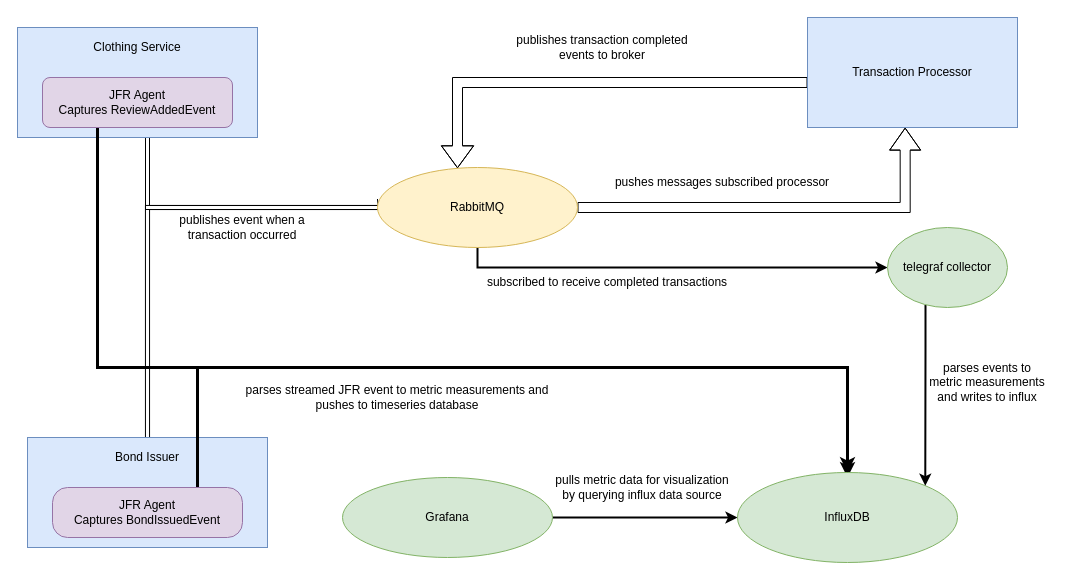
Above: jfr-influx-rabbitmq-monitoring/resources/architecture.drawio in aliOzanDemirel/playground-examples (draw.io), before the change. Source tidied: cells renumbered, new cells numbered last; positions are measured from the earlier drawing's top-left corner, leaving out a move shared by most shapes. Both pictures are drawn from the tidied source at 100%, with x=0, y=0 at pixel (17, 17).
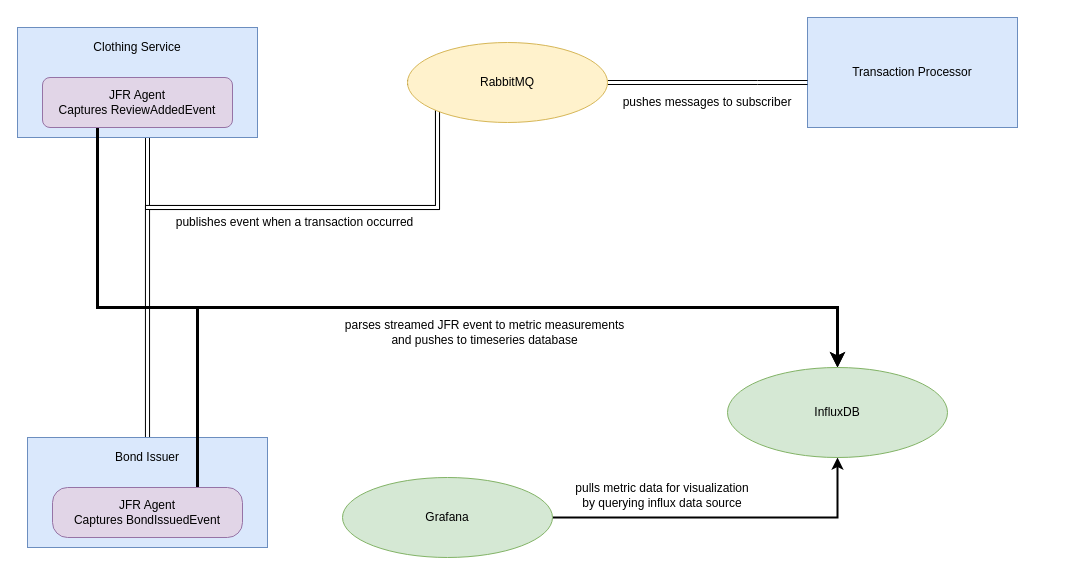
The same diagram, later.

Unchanged cells that the change refers to:
```xml
<mxCell id="3" value="&lt;div&gt;&lt;br&gt;&lt;/div&gt;" style="rounded=0;whiteSpace=wrap;html=1;fillColor=#dae8fc;strokeColor=#6c8ebf;align=center;" parent="1" vertex="1">
  <mxGeometry y="10" width="240" height="110" as="geometry" />
</mxCell>
<mxCell id="5" value="&lt;p style=&quot;line-height: 120%&quot;&gt;&lt;br&gt;&lt;/p&gt;" style="rounded=0;whiteSpace=wrap;html=1;fillColor=#dae8fc;strokeColor=#6c8ebf;" parent="1" vertex="1">
  <mxGeometry x="10" y="420" width="240" height="110" as="geometry" />
</mxCell>
<mxCell id="7" value="Transaction Processor" style="rounded=0;whiteSpace=wrap;html=1;fillColor=#dae8fc;strokeColor=#6c8ebf;" parent="1" vertex="1">
  <mxGeometry x="790" width="210" height="110" as="geometry" />
</mxCell>
<mxCell id="9" value="JFR Agent&lt;br&gt;Captures ReviewAddedEvent" style="rounded=1;whiteSpace=wrap;html=1;fillColor=#e1d5e7;strokeColor=#9673a6;" parent="1" vertex="1">
  <mxGeometry x="25" y="60" width="190" height="50" as="geometry" />
</mxCell>
<mxCell id="11" value="JFR Agent&lt;br&gt;Captures BondIssuedEvent" style="rounded=1;whiteSpace=wrap;html=1;fillColor=#e1d5e7;strokeColor=#9673a6;arcSize=30;" parent="1" vertex="1">
  <mxGeometry x="35" y="470" width="190" height="50" as="geometry" />
</mxCell>
<mxCell id="16" value="Grafana" style="ellipse;whiteSpace=wrap;html=1;fillColor=#d5e8d4;strokeColor=#82b366;" parent="1" vertex="1">
  <mxGeometry x="325" y="460" width="210" height="80" as="geometry" />
</mxCell>
```

The edit, as a diff of the source:
```diff
@@
-    <mxCell id="2" style="edgeStyle=orthogonalEdgeStyle;shape=link;rounded=0;jettySize=auto;html=1;strokeWidth=1;" parent="1" edge="1" source="3" target="23">
+    <mxCell id="2" style="edgeStyle=orthogonalEdgeStyle;shape=link;rounded=0;jettySize=auto;html=1;strokeWidth=1;width=4;entryX=0;entryY=0.5;entryDx=0;entryDy=0;" parent="1" edge="1" source="3" target="23">
       <mxGeometry relative="1" as="geometry">
         <Array as="points">
           <mxPoint x="130" y="190" />
+          <mxPoint x="420" y="190" />
         </Array>
       </mxGeometry>
     </mxCell>
@@
-    <mxCell id="4" style="edgeStyle=orthogonalEdgeStyle;rounded=0;jettySize=auto;html=1;strokeWidth=1;shape=link;width=4.117647058823529;entryX=0.01;entryY=0.391;entryDx=0;entryDy=0;entryPerimeter=0;" parent="1" edge="1" source="5" target="23">
+    <mxCell id="4" style="edgeStyle=orthogonalEdgeStyle;rounded=0;jettySize=auto;html=1;strokeWidth=1;shape=link;width=4.117647058823529;entryX=0;entryY=0.5;entryDx=0;entryDy=0;" parent="1" edge="1" source="5" target="23">
       <mxGeometry relative="1" as="geometry">
         <Array as="points">
           <mxPoint x="130" y="190" />
-          <mxPoint x="363" y="190" />
+          <mxPoint x="420" y="190" />
         </Array>
       </mxGeometry>
     </mxCell>
@@
-    <mxCell id="6" style="edgeStyle=orthogonalEdgeStyle;shape=flexArrow;rounded=0;jettySize=auto;html=1;strokeWidth=1;endWidth=21.176470588235293;endSize=7;" parent="1" edge="1" source="7" target="23">
-      <mxGeometry relative="1" as="geometry">
-        <Array as="points">
-          <mxPoint x="440" y="65" />
-        </Array>
-      </mxGeometry>
-    </mxCell>
@@
     <mxCell id="8" style="edgeStyle=orthogonalEdgeStyle;rounded=0;jettySize=auto;html=1;strokeWidth=3;entryX=0.5;entryY=0;entryDx=0;entryDy=0;" parent="1" edge="1" source="9" target="14">
       <mxGeometry relative="1" as="geometry">
         <Array as="points">
-          <mxPoint x="80" y="350" />
-          <mxPoint x="830" y="350" />
+          <mxPoint x="80" y="290" />
+          <mxPoint x="820" y="290" />
         </Array>
       </mxGeometry>
     </mxCell>
@@
-    <mxCell id="10" style="edgeStyle=orthogonalEdgeStyle;rounded=0;jettySize=auto;html=1;strokeWidth=3;" parent="1" edge="1" source="11">
+    <mxCell id="10" style="edgeStyle=orthogonalEdgeStyle;rounded=0;jettySize=auto;html=1;strokeWidth=3;entryX=0.5;entryY=0;entryDx=0;entryDy=0;" parent="1" edge="1" source="11" target="14">
       <mxGeometry relative="1" as="geometry">
-        <mxPoint x="830" y="460" as="targetPoint" />
         <Array as="points">
-          <mxPoint x="180" y="350" />
-          <mxPoint x="830" y="350" />
+          <mxPoint x="180" y="290" />
+          <mxPoint x="820" y="290" />
         </Array>
       </mxGeometry>
     </mxCell>
@@
     <mxCell id="14" value="InfluxDB" style="ellipse;whiteSpace=wrap;html=1;fillColor=#d5e8d4;strokeColor=#82b366;" parent="1" vertex="1">
-      <mxGeometry x="720" y="455" width="220" height="90" as="geometry" />
+      <mxGeometry x="710" y="350" width="220" height="90" as="geometry" />
     </mxCell>
-    <mxCell id="15" style="edgeStyle=orthogonalEdgeStyle;rounded=0;jettySize=auto;html=1;entryX=0;entryY=0.5;entryDx=0;entryDy=0;strokeWidth=2;" parent="1" edge="1" source="16" target="14">
-      <mxGeometry relative="1" as="geometry" />
+    <mxCell id="15" style="edgeStyle=orthogonalEdgeStyle;rounded=0;jettySize=auto;html=1;entryX=0.5;entryY=1;entryDx=0;entryDy=0;strokeWidth=2;" parent="1" edge="1" source="16" target="14">
+      <mxGeometry relative="1" as="geometry">
+        <Array as="points">
+          <mxPoint x="820" y="500" />
+        </Array>
+      </mxGeometry>
     </mxCell>
@@
     <mxCell id="18" value="pulls metric data for visualization by querying influx data source&lt;br&gt;" style="text;html=1;strokeColor=none;fillColor=none;align=center;verticalAlign=middle;whiteSpace=wrap;rounded=0;" parent="1" vertex="1">
-      <mxGeometry x="530" y="460" width="190" height="20" as="geometry" />
+      <mxGeometry x="550" y="460" width="190" height="35" as="geometry" />
     </mxCell>
     <mxCell id="19" value="parses streamed JFR event to metric measurements and pushes to timeseries database" style="text;html=1;strokeColor=none;fillColor=none;align=center;verticalAlign=middle;whiteSpace=wrap;rounded=0;" parent="1" vertex="1">
-      <mxGeometry x="225" y="360" width="310" height="40" as="geometry" />
+      <mxGeometry x="320" y="280" width="295" height="70" as="geometry" />
     </mxCell>
@@
-    <mxCell id="21" style="edgeStyle=orthogonalEdgeStyle;shape=flexArrow;rounded=0;jettySize=auto;html=1;entryX=0.465;entryY=1.001;entryDx=0;entryDy=0;entryPerimeter=0;endSize=7;strokeWidth=1;" parent="1" edge="1" source="23" target="7">
-      <mxGeometry relative="1" as="geometry" />
+    <mxCell id="21" style="edgeStyle=orthogonalEdgeStyle;shape=link;rounded=0;jettySize=auto;html=1;strokeColor=#000000;" parent="1" edge="1" source="23" target="7">
+      <mxGeometry relative="1" as="geometry">
+        <Array as="points">
+          <mxPoint x="740" y="65" />
+          <mxPoint x="740" y="65" />
+        </Array>
+      </mxGeometry>
     </mxCell>
-    <mxCell id="22" style="edgeStyle=orthogonalEdgeStyle;rounded=0;jettySize=auto;html=1;strokeWidth=2;entryX=0;entryY=0.5;entryDx=0;entryDy=0;exitX=0.5;exitY=1;exitDx=0;exitDy=0;" parent="1" edge="1" source="23" target="28">
-      <mxGeometry relative="1" as="geometry">
-        <Array as="points">
-          <mxPoint x="460" y="250" />
-        </Array>
-      </mxGeometry>
-    </mxCell>
     <mxCell id="23" value="RabbitMQ" style="ellipse;whiteSpace=wrap;html=1;fillColor=#fff2cc;strokeColor=#d6b656;" parent="1" vertex="1">
-      <mxGeometry x="360" y="150" width="200" height="80" as="geometry" />
+      <mxGeometry x="390" y="25" width="200" height="80" as="geometry" />
     </mxCell>
     <mxCell id="24" value="publishes event when a transaction occurred" style="text;html=1;strokeColor=none;fillColor=none;align=center;verticalAlign=middle;whiteSpace=wrap;rounded=0;" parent="1" vertex="1">
-      <mxGeometry x="140" y="190" width="170" height="40" as="geometry" />
+      <mxGeometry x="150" y="180" width="255" height="50" as="geometry" />
     </mxCell>
-    <mxCell id="25" value="pushes messages&amp;nbsp;subscribed processor" style="text;html=1;strokeColor=none;fillColor=none;align=center;verticalAlign=middle;whiteSpace=wrap;rounded=0;" parent="1" vertex="1">
-      <mxGeometry x="590" y="150" width="230" height="30" as="geometry" />
+    <mxCell id="25" value="pushes messages to subscriber" style="text;html=1;strokeColor=none;fillColor=none;align=center;verticalAlign=middle;whiteSpace=wrap;rounded=0;" parent="1" vertex="1">
+      <mxGeometry x="580" y="70" width="220" height="30" as="geometry" />
     </mxCell>
-    <mxCell id="26" value="publishes transaction completed&lt;br&gt;events to broker" style="text;html=1;strokeColor=none;fillColor=none;align=center;verticalAlign=middle;whiteSpace=wrap;rounded=0;" parent="1" vertex="1">
-      <mxGeometry x="490" y="10" width="190" height="40" as="geometry" />
-    </mxCell>
-    <mxCell id="27" style="edgeStyle=orthogonalEdgeStyle;rounded=0;jettySize=auto;html=1;entryX=1;entryY=0;entryDx=0;entryDy=0;strokeWidth=2;" parent="1" edge="1" source="28" target="14">
-      <mxGeometry relative="1" as="geometry">
-        <Array as="points">
-          <mxPoint x="908" y="330" />
-          <mxPoint x="908" y="330" />
-        </Array>
-      </mxGeometry>
-    </mxCell>
-    <mxCell id="28" value="telegraf collector" style="ellipse;whiteSpace=wrap;html=1;fillColor=#d5e8d4;strokeColor=#82b366;" parent="1" vertex="1">
-      <mxGeometry x="870" y="210" width="120" height="80" as="geometry" />
-    </mxCell>
-    <mxCell id="29" value="subscribed to receive completed transactions" style="text;html=1;strokeColor=none;fillColor=none;align=center;verticalAlign=middle;whiteSpace=wrap;rounded=0;" parent="1" vertex="1">
-      <mxGeometry x="460" y="250" width="260" height="30" as="geometry" />
-    </mxCell>
-    <mxCell id="30" value="parses events to metric measurements and writes to influx" style="text;html=1;strokeColor=none;fillColor=none;align=center;verticalAlign=middle;whiteSpace=wrap;rounded=0;" parent="1" vertex="1">
-      <mxGeometry x="910" y="300" width="120" height="130" as="geometry" />
-    </mxCell>
```
